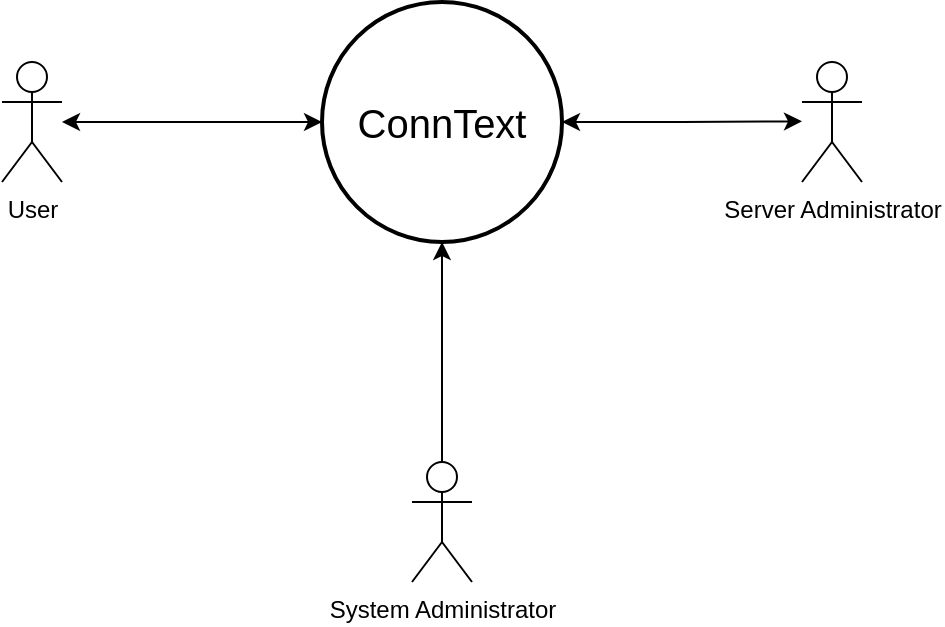
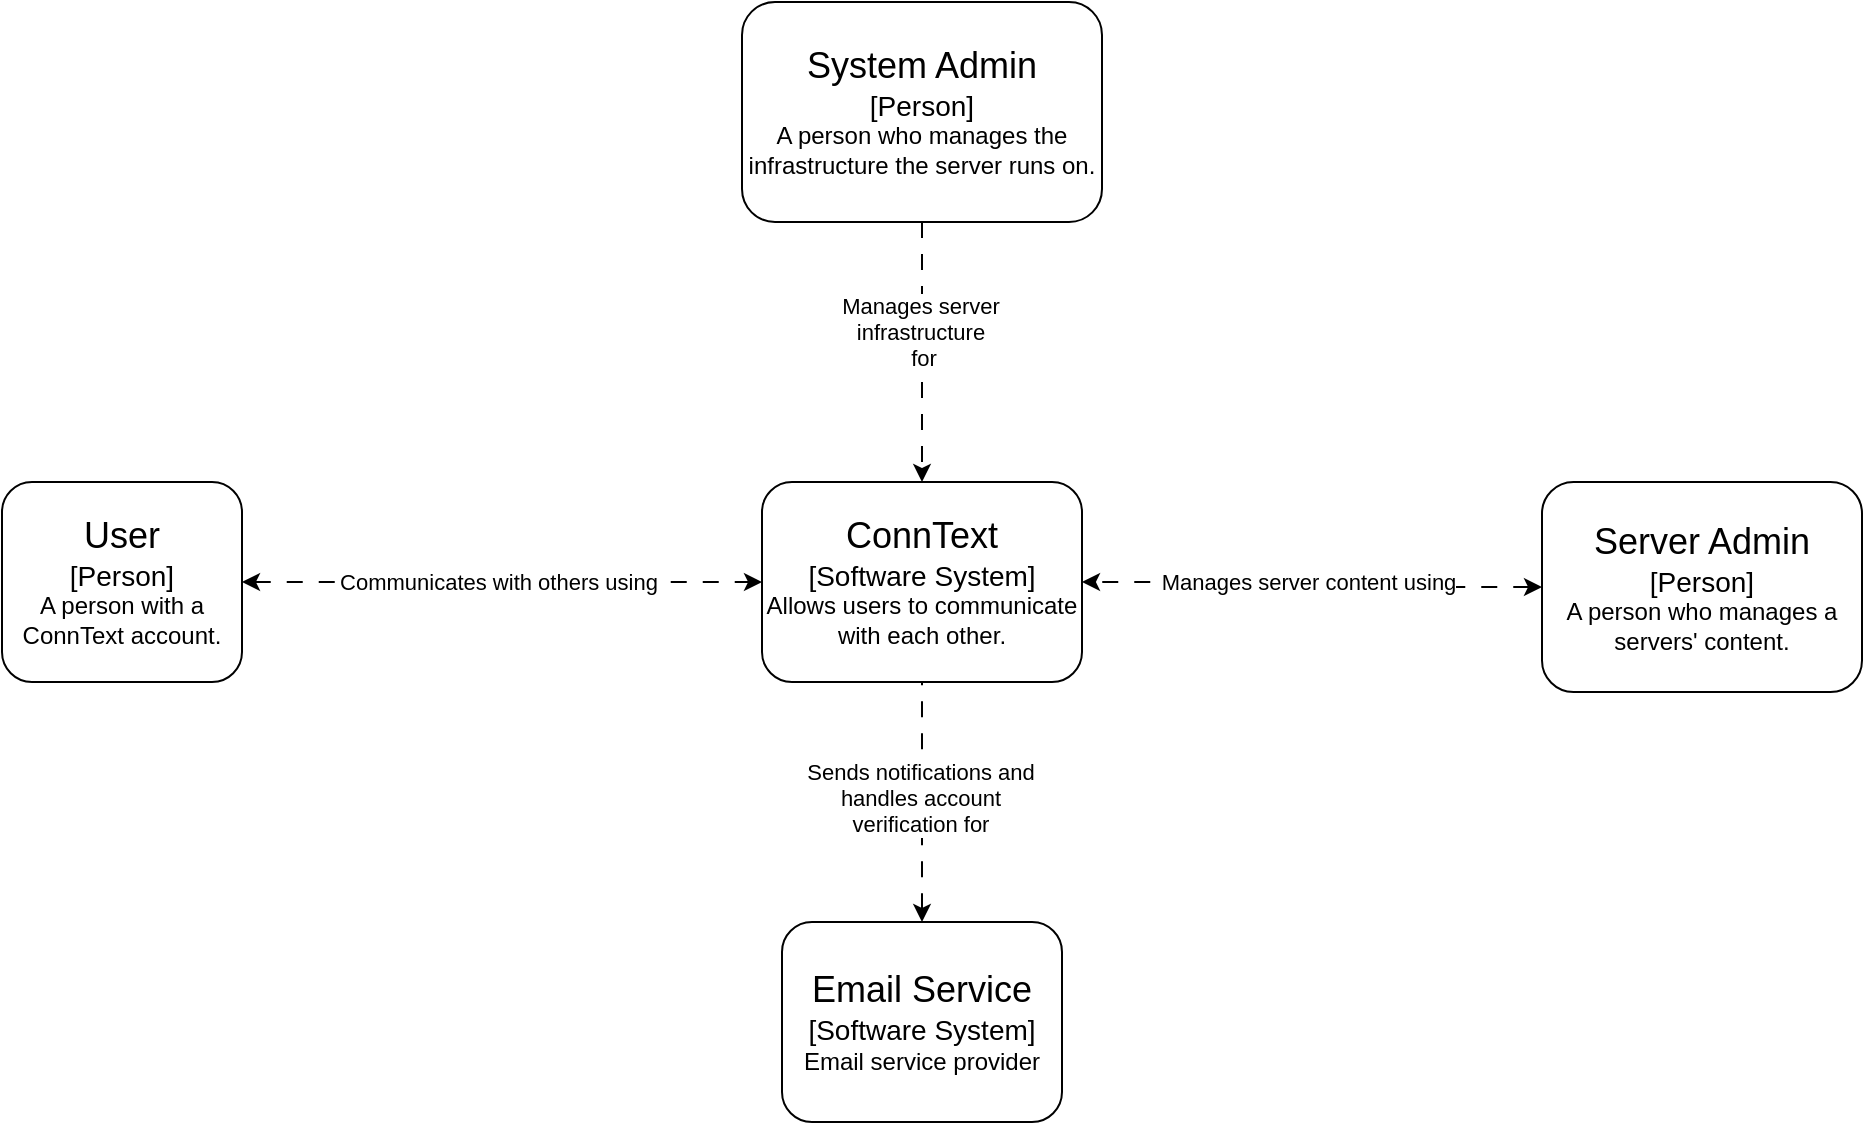
<mxfile host="app.diagrams.net">
-   <diagram name="Page-1" id="TOPrbR9nuSlgy0MTdBdn">
-     <mxGraphModel dx="1282" dy="816" grid="1" gridSize="10" guides="1" tooltips="1" connect="1" arrows="1" fold="1" page="1" pageScale="1" pageWidth="850" pageHeight="1100" math="0" shadow="0">
+   <diagram name="Page-1" id="-D0uz9oCqLTvvD-DE7tV">
+     <mxGraphModel dx="1474" dy="938" grid="1" gridSize="10" guides="1" tooltips="1" connect="1" arrows="1" fold="1" page="1" pageScale="1" pageWidth="850" pageHeight="1100" math="0" shadow="0">
      <root>
        <mxCell id="0" />
        <mxCell id="1" parent="0" />
-         <mxCell id="kN5dSnZRb8c-fmTbRbQo-7" edge="1" parent="1" source="Mg5aC2v5LOQGGoPmYjsx-3" style="edgeStyle=orthogonalEdgeStyle;rounded=0;orthogonalLoop=1;jettySize=auto;html=1;exitX=1;exitY=0.5;exitDx=0;exitDy=0;exitPerimeter=0;startArrow=classic;startFill=1;">
+         <mxCell id="F4wSaaVHy6crQIPHMRsN-4" edge="1" parent="1" source="F4wSaaVHy6crQIPHMRsN-15" style="edgeStyle=orthogonalEdgeStyle;rounded=0;orthogonalLoop=1;jettySize=auto;html=1;startArrow=classic;startFill=1;exitX=1;exitY=0.5;exitDx=0;exitDy=0;entryX=0;entryY=0.5;entryDx=0;entryDy=0;dashed=1;dashPattern=8 8;" target="F4wSaaVHy6crQIPHMRsN-14">
          <mxGeometry relative="1" as="geometry">
-             <mxPoint x="600" y="499.6521739130435" as="targetPoint" />
+             <mxPoint x="1040.00009765625" y="510.0000488281248" as="sourcePoint" />
+             <mxPoint x="1240.000048828125" y="510.00004882812493" as="targetPoint" />
          </mxGeometry>
        </mxCell>
-         <mxCell id="Mg5aC2v5LOQGGoPmYjsx-3" parent="1" style="strokeWidth=2;html=1;shape=mxgraph.flowchart.start_2;whiteSpace=wrap;fontSize=24;" value="&lt;font style=&quot;font-size: 20px;&quot;&gt;ConnText&lt;/font&gt;" vertex="1">
-           <mxGeometry height="120" width="120" x="360.000048828125" y="440.0000244140625" as="geometry" />
-         </mxCell>
-         <mxCell id="kN5dSnZRb8c-fmTbRbQo-6" edge="1" parent="1" source="Mg5aC2v5LOQGGoPmYjsx-5" style="edgeStyle=orthogonalEdgeStyle;rounded=0;orthogonalLoop=1;jettySize=auto;html=1;startArrow=classic;startFill=1;">
-           <mxGeometry relative="1" as="geometry">
-             <mxPoint x="360" y="500.0000244140624" as="targetPoint" />
+         <mxCell id="F4wSaaVHy6crQIPHMRsN-9" connectable="0" parent="F4wSaaVHy6crQIPHMRsN-4" style="edgeLabel;html=1;align=center;verticalAlign=middle;resizable=0;points=[];" value="Communicates with others using" vertex="1">
+           <mxGeometry relative="1" x="-0.0185" y="-1" as="geometry">
+             <mxPoint y="-1" as="offset" />
          </mxGeometry>
        </mxCell>
-         <UserObject label="User" id="Mg5aC2v5LOQGGoPmYjsx-5">
-           <mxCell parent="1" style="shape=umlActor;verticalLabelPosition=bottom;verticalAlign=top;html=1;outlineConnect=0;" vertex="1">
-             <mxGeometry height="60" width="30" x="200.000048828125" y="470.0000244140625" as="geometry" />
-           </mxCell>
-         </UserObject>
-         <UserObject label="Server Administrator" id="Mg5aC2v5LOQGGoPmYjsx-6">
-           <mxCell parent="1" style="shape=umlActor;verticalLabelPosition=bottom;verticalAlign=top;html=1;outlineConnect=0;" vertex="1">
-             <mxGeometry height="60" width="30" x="600.000048828125" y="470.0000244140625" as="geometry" />
-           </mxCell>
-         </UserObject>
-         <UserObject label="System Administrator" id="kN5dSnZRb8c-fmTbRbQo-1">
-           <mxCell parent="1" style="shape=umlActor;verticalLabelPosition=bottom;verticalAlign=top;html=1;outlineConnect=0;" vertex="1">
-             <mxGeometry height="60" width="30" x="405" y="670" as="geometry" />
-           </mxCell>
-         </UserObject>
-         <mxCell id="kN5dSnZRb8c-fmTbRbQo-4" edge="1" parent="1" source="kN5dSnZRb8c-fmTbRbQo-1" style="edgeStyle=orthogonalEdgeStyle;rounded=0;orthogonalLoop=1;jettySize=auto;html=1;entryX=0.5;entryY=1;entryDx=0;entryDy=0;entryPerimeter=0;" target="Mg5aC2v5LOQGGoPmYjsx-3">
+         <mxCell id="F4wSaaVHy6crQIPHMRsN-8" edge="1" parent="1" source="F4wSaaVHy6crQIPHMRsN-17" style="edgeStyle=orthogonalEdgeStyle;rounded=0;orthogonalLoop=1;jettySize=auto;html=1;entryX=0.5;entryY=0;entryDx=0;entryDy=0;exitX=0.5;exitY=1;exitDx=0;exitDy=0;dashed=1;dashPattern=8 8;" target="F4wSaaVHy6crQIPHMRsN-14">
+           <mxGeometry relative="1" as="geometry">
+             <mxPoint x="1300" y="360" as="sourcePoint" />
+             <mxPoint x="1300.00009765625" y="570.000048828125" as="targetPoint" />
+           </mxGeometry>
+         </mxCell>
+         <mxCell id="F4wSaaVHy6crQIPHMRsN-13" connectable="0" parent="F4wSaaVHy6crQIPHMRsN-8" style="edgeLabel;html=1;align=center;verticalAlign=middle;resizable=0;points=[];" value="&lt;div&gt;Manages server&lt;/div&gt;&lt;div&gt;infrastructure&lt;/div&gt;&amp;nbsp;for" vertex="1">
+           <mxGeometry relative="1" x="-0.1564" y="-1" as="geometry">
+             <mxPoint as="offset" />
+           </mxGeometry>
+         </mxCell>
+         <mxCell id="F4wSaaVHy6crQIPHMRsN-11" edge="1" parent="1" source="F4wSaaVHy6crQIPHMRsN-16" style="edgeStyle=orthogonalEdgeStyle;rounded=0;orthogonalLoop=1;jettySize=auto;html=1;entryX=1;entryY=0.5;entryDx=0;entryDy=0;startArrow=classic;startFill=1;exitX=0;exitY=0.5;exitDx=0;exitDy=0;dashed=1;dashPattern=8 8;" target="F4wSaaVHy6crQIPHMRsN-14">
+           <mxGeometry relative="1" as="geometry">
+             <mxPoint x="1560.00009765625" y="510.00004882812505" as="sourcePoint" />
+             <mxPoint x="1360.00009765625" y="510.00004882812505" as="targetPoint" />
+           </mxGeometry>
+         </mxCell>
+         <mxCell id="F4wSaaVHy6crQIPHMRsN-12" connectable="0" parent="F4wSaaVHy6crQIPHMRsN-11" style="edgeLabel;html=1;align=center;verticalAlign=middle;resizable=0;points=[];" value="Manages server content using" vertex="1">
+           <mxGeometry relative="1" x="0.034" y="2" as="geometry">
+             <mxPoint y="-2" as="offset" />
+           </mxGeometry>
+         </mxCell>
+         <mxCell id="F4wSaaVHy6crQIPHMRsN-14" parent="1" style="rounded=1;whiteSpace=wrap;html=1;" value="&lt;div&gt;&lt;font style=&quot;font-size: 18px;&quot;&gt;ConnText&lt;/font&gt;&lt;/div&gt;&lt;div&gt;&lt;font style=&quot;font-size: 14px;&quot;&gt;[Software System]&lt;/font&gt;&lt;/div&gt;Allows users to communicate with each other." vertex="1">
+           <mxGeometry height="100" width="160" x="1220" y="480" as="geometry" />
+         </mxCell>
+         <mxCell id="F4wSaaVHy6crQIPHMRsN-15" parent="1" style="rounded=1;whiteSpace=wrap;html=1;" value="&lt;div&gt;&lt;font style=&quot;font-size: 18px;&quot;&gt;User&lt;/font&gt;&lt;/div&gt;&lt;div&gt;&lt;font style=&quot;font-size: 14px;&quot;&gt;[Person]&lt;/font&gt;&lt;/div&gt;&lt;div&gt;A person with a ConnText account.&lt;/div&gt;" vertex="1">
+           <mxGeometry height="100" width="120" x="840" y="480" as="geometry" />
+         </mxCell>
+         <mxCell id="F4wSaaVHy6crQIPHMRsN-16" parent="1" style="rounded=1;whiteSpace=wrap;html=1;" value="&lt;div&gt;&lt;font style=&quot;font-size: 18px;&quot;&gt;Server Admin&lt;/font&gt;&lt;/div&gt;&lt;div&gt;&lt;font style=&quot;font-size: 14px;&quot;&gt;[Person]&lt;/font&gt;&lt;/div&gt;&lt;div&gt;A person who manages a servers&#39; content.&lt;/div&gt;" vertex="1">
+           <mxGeometry height="105" width="160" x="1610" y="480" as="geometry" />
+         </mxCell>
+         <mxCell id="F4wSaaVHy6crQIPHMRsN-17" parent="1" style="rounded=1;whiteSpace=wrap;html=1;" value="&lt;div&gt;&lt;font style=&quot;font-size: 18px;&quot;&gt;System Admin&lt;/font&gt;&lt;/div&gt;&lt;div&gt;&lt;font style=&quot;font-size: 14px;&quot;&gt;[Person]&lt;/font&gt;&lt;/div&gt;&lt;div&gt;A person who manages the infrastructure the server runs on.&lt;/div&gt;" vertex="1">
+           <mxGeometry height="110" width="180" x="1210" y="240" as="geometry" />
+         </mxCell>
+         <mxCell id="F4wSaaVHy6crQIPHMRsN-20" edge="1" parent="1" source="F4wSaaVHy6crQIPHMRsN-19" style="edgeStyle=orthogonalEdgeStyle;rounded=0;orthogonalLoop=1;jettySize=auto;html=1;entryX=0.5;entryY=1;entryDx=0;entryDy=0;dashed=1;dashPattern=8 8;startArrow=classic;startFill=1;endArrow=none;endFill=0;" target="F4wSaaVHy6crQIPHMRsN-14">
          <mxGeometry relative="1" as="geometry" />
+         </mxCell>
+         <mxCell id="F4wSaaVHy6crQIPHMRsN-21" connectable="0" parent="F4wSaaVHy6crQIPHMRsN-20" style="edgeLabel;html=1;align=center;verticalAlign=middle;resizable=0;points=[];" value="&lt;div&gt;Sends notifications and&lt;/div&gt;&lt;div&gt;handles account&lt;/div&gt;&lt;div&gt;verification for&lt;/div&gt;" vertex="1">
+           <mxGeometry relative="1" x="0.04" y="1" as="geometry">
+             <mxPoint as="offset" />
+           </mxGeometry>
+         </mxCell>
+         <mxCell id="F4wSaaVHy6crQIPHMRsN-19" parent="1" style="rounded=1;whiteSpace=wrap;html=1;fontStyle=0" value="&lt;div&gt;&lt;font style=&quot;font-size: 18px;&quot;&gt;Email Service&lt;/font&gt;&lt;/div&gt;&lt;div&gt;&lt;font style=&quot;font-size: 14px;&quot;&gt;[Software System]&lt;/font&gt;&lt;/div&gt;&lt;div&gt;Email service provider&lt;/div&gt;" vertex="1">
+           <mxGeometry height="100" width="140" x="1230" y="700" as="geometry" />
        </mxCell>
      </root>
    </mxGraphModel>
  </diagram>
</mxfile>
